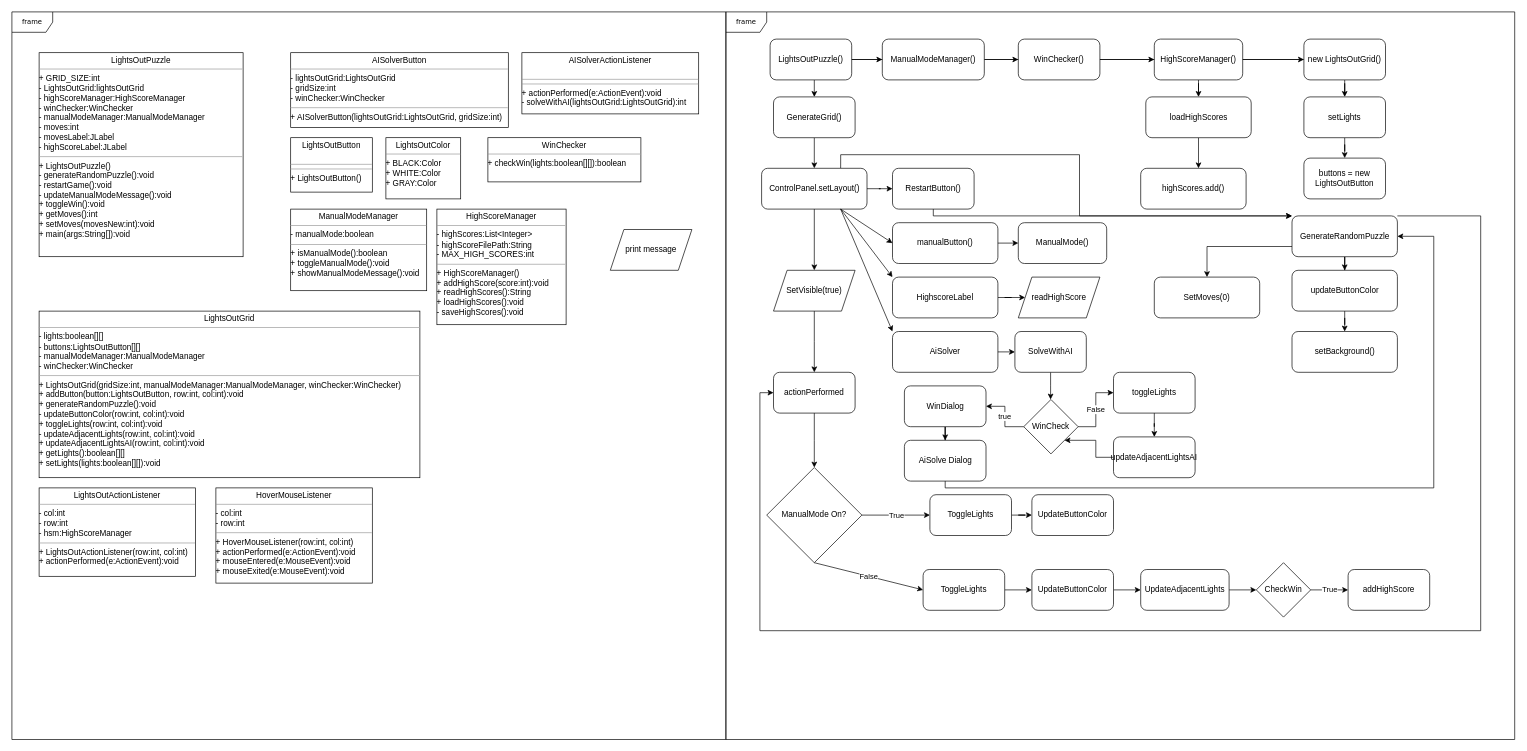
The draw.io diagram eclipse-workspace/CSS122FinalProject/Final Project.drawio in EthanLawr/CISC122, before the edit. Source tidied: cells renumbered, new cells numbered last; positions are measured from the earlier drawing's top-left corner, leaving out a move shared by most shapes. Both pictures are drawn from the tidied source at 68%, with x=0, y=0 at pixel (12, 12).
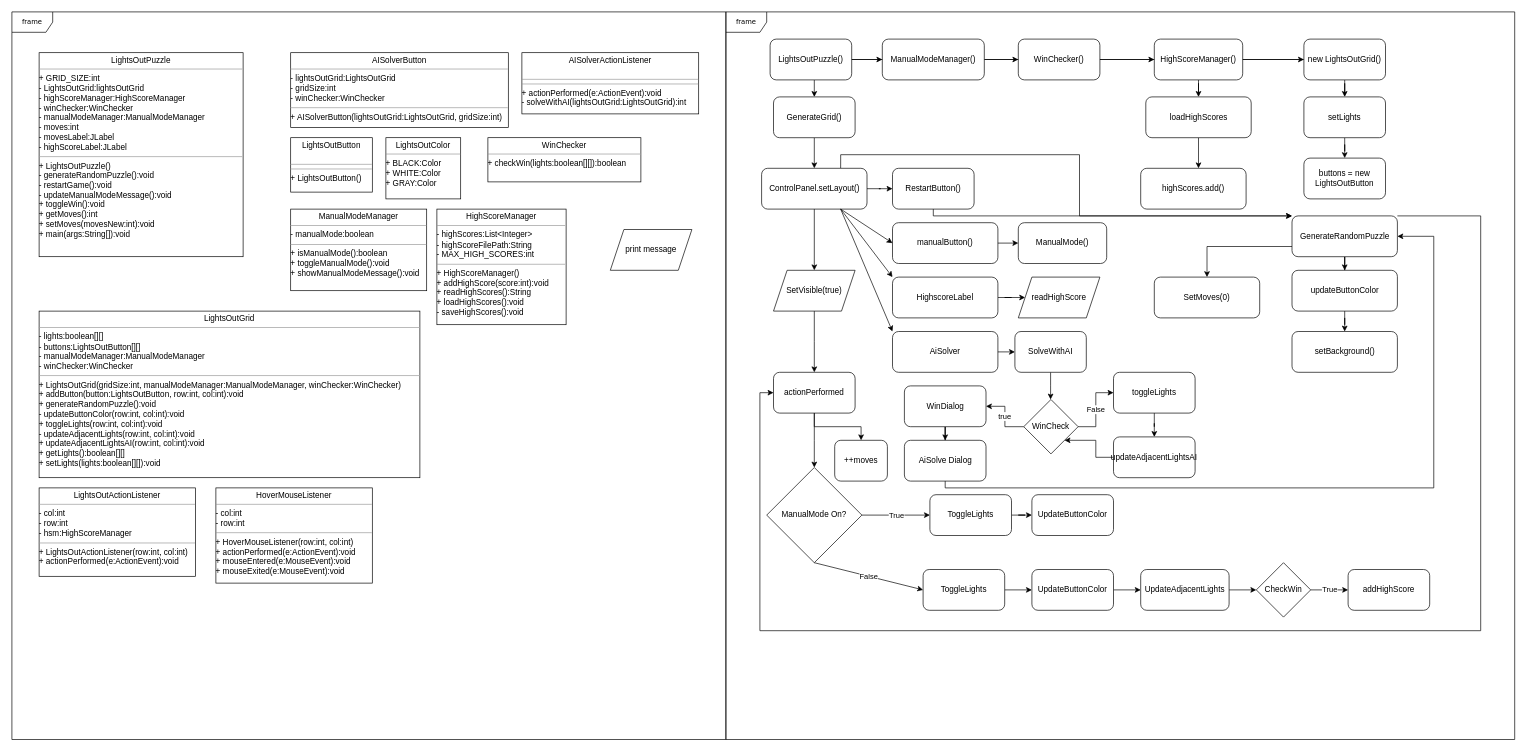
The same page after the edit.

Unchanged cells that the change refers to:
```xml
<mxCell id="68" value="actionPerformed" style="rounded=1;whiteSpace=wrap;html=1;" parent="1" vertex="1">
  <mxGeometry x="1120" y="530" width="120" height="60" as="geometry" />
</mxCell>
```

What changed in the source:
```diff
@@
+    <mxCell id="97" style="edgeStyle=orthogonalEdgeStyle;rounded=0;jettySize=auto;html=1;" parent="1" edge="1" source="68" target="98">
+      <mxGeometry relative="1" as="geometry" />
+    </mxCell>
@@
+    <mxCell id="98" value="++moves" style="rounded=1;whiteSpace=wrap;html=1;" parent="1" vertex="1">
+      <mxGeometry x="1210" y="630" width="77.5" height="60" as="geometry" />
+    </mxCell>
```
